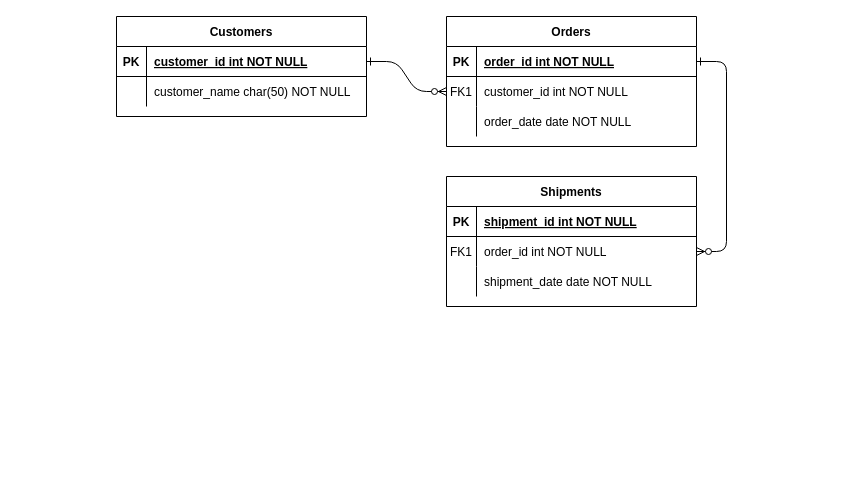
Earlier version of the draw.io diagram Tema8-ModeloVistaControlador/Diagrama sin título.drawio (IvanSoriano19/DWES). Source tidied: cells renumbered, new cells numbered last; positions are measured from the earlier drawing's top-left corner, leaving out a move shared by most shapes. Both pictures are drawn from the tidied source at 100%, with x=0, y=0 at pixel (116, 16).
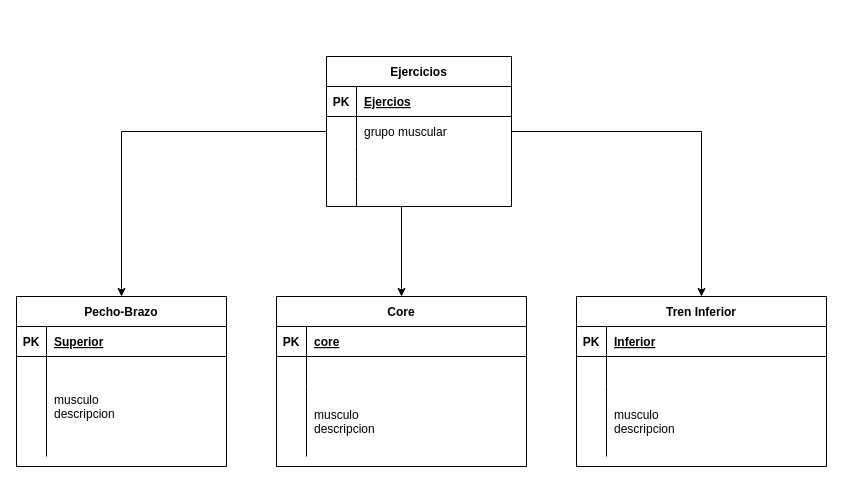
The same diagram, later.

Unchanged cells that the change refers to:
```xml
<mxCell id="5" style="shape=partialRectangle;fillColor=none;points=[[0,0.5],[1,0.5]];portConstraint=eastwest;top=0;left=0;right=0;bottom=1;" parent="4" vertex="1">
  <mxGeometry y="30" width="250" height="30" as="geometry" />
</mxCell>
<mxCell id="8" style="shape=partialRectangle;fillColor=none;points=[[0,0.5],[1,0.5]];portConstraint=eastwest;top=0;left=0;right=0;bottom=0;" parent="4" vertex="1">
  <mxGeometry y="60" width="250" height="30" as="geometry" />
</mxCell>
<mxCell id="15" style="shape=partialRectangle;fillColor=none;top=0;left=0;right=0;bottom=1;" parent="14" vertex="1">
  <mxGeometry y="30" width="250" height="30" as="geometry" />
</mxCell>
<mxCell id="18" style="shape=partialRectangle;fillColor=none;points=[[0,0.5],[1,0.5]];portConstraint=eastwest;top=0;left=0;right=0;bottom=0;" parent="14" vertex="1">
  <mxGeometry y="60" width="250" height="30" as="geometry" />
</mxCell>
```

Change to the diagram source:
```diff
@@
-    <mxCell id="2" style="edgeStyle=entityRelationEdgeStyle;endArrow=ERzeroToMany;startArrow=ERone;endFill=1;startFill=0;" parent="1" edge="1" source="25" target="8">
-      <mxGeometry relative="1" as="geometry" />
-    </mxCell>
-    <mxCell id="3" style="edgeStyle=entityRelationEdgeStyle;endArrow=ERzeroToMany;startArrow=ERone;endFill=1;startFill=0;" parent="1" edge="1" source="5" target="18">
-      <mxGeometry relative="1" as="geometry" />
-    </mxCell>
-    <mxCell id="4" value="Orders" style="shape=table;startSize=30;childLayout=tableLayout;rowLines=0;fontStyle=1;align=center;" parent="1" vertex="1">
-      <mxGeometry x="330" width="250" height="130" as="geometry" />
+    <mxCell id="4" value="Core" style="shape=table;startSize=30;childLayout=tableLayout;rowLines=0;fontStyle=1;align=center;" parent="1" vertex="1">
+      <mxGeometry x="160" y="280" width="250" height="170" as="geometry" />
     </mxCell>
@@
-    <mxCell id="7" value="order_id int NOT NULL " style="shape=partialRectangle;overflow=hidden;fillColor=none;top=0;left=0;bottom=0;right=0;align=left;spacingLeft=6;fontStyle=5;" parent="5" vertex="1">
+    <mxCell id="7" value="core" style="shape=partialRectangle;overflow=hidden;fillColor=none;top=0;left=0;bottom=0;right=0;align=left;spacingLeft=6;fontStyle=5;" parent="5" vertex="1">
       <mxGeometry x="30" width="220" height="30" as="geometry" />
     </mxCell>
@@
-    <mxCell id="9" value="FK1" style="shape=partialRectangle;overflow=hidden;fillColor=none;top=0;left=0;bottom=0;right=0;" parent="8" vertex="1">
+    <mxCell id="9" style="shape=partialRectangle;overflow=hidden;fillColor=none;top=0;left=0;bottom=0;right=0;" parent="8" vertex="1">
       <mxGeometry width="30" height="30" as="geometry" />
     </mxCell>
-    <mxCell id="10" value="customer_id int NOT NULL" style="shape=partialRectangle;overflow=hidden;fillColor=none;top=0;left=0;bottom=0;right=0;align=left;spacingLeft=6;" parent="8" vertex="1">
+    <mxCell id="10" style="shape=partialRectangle;overflow=hidden;fillColor=none;top=0;left=0;bottom=0;right=0;align=left;spacingLeft=6;" parent="8" vertex="1">
       <mxGeometry x="30" width="220" height="30" as="geometry" />
     </mxCell>
     <mxCell id="11" style="shape=partialRectangle;fillColor=none;top=0;left=0;right=0;bottom=0;" parent="4" vertex="1">
-      <mxGeometry y="90" width="250" height="30" as="geometry" />
+      <mxGeometry y="90" width="250" height="70" as="geometry" />
     </mxCell>
     <mxCell id="12" style="shape=partialRectangle;overflow=hidden;fillColor=none;top=0;left=0;bottom=0;right=0;" parent="11" vertex="1">
-      <mxGeometry width="30" height="30" as="geometry" />
+      <mxGeometry width="30" height="70" as="geometry" />
     </mxCell>
-    <mxCell id="13" value="order_date date NOT NULL" style="shape=partialRectangle;overflow=hidden;fillColor=none;top=0;left=0;bottom=0;right=0;align=left;spacingLeft=6;" parent="11" vertex="1">
-      <mxGeometry x="30" width="220" height="30" as="geometry" />
+    <mxCell id="13" value="musculo&#10;descripcion" style="shape=partialRectangle;overflow=hidden;fillColor=none;top=0;left=0;bottom=0;right=0;align=left;spacingLeft=6;" parent="11" vertex="1">
+      <mxGeometry x="30" width="220" height="70" as="geometry" />
     </mxCell>
-    <mxCell id="14" value="Shipments" style="shape=table;startSize=30;childLayout=tableLayout;rowLines=0;fontStyle=1;align=center;" parent="1" vertex="1">
-      <mxGeometry x="330" y="160" width="250" height="130" as="geometry" />
+    <mxCell id="14" value="Tren Inferior" style="shape=table;startSize=30;childLayout=tableLayout;rowLines=0;fontStyle=1;align=center;" parent="1" vertex="1">
+      <mxGeometry x="460" y="280" width="250" height="170" as="geometry" />
     </mxCell>
@@
-    <mxCell id="17" value="shipment_id int NOT NULL " style="shape=partialRectangle;overflow=hidden;fillColor=none;top=0;left=0;bottom=0;right=0;align=left;spacingLeft=6;fontStyle=5;" parent="15" vertex="1">
+    <mxCell id="17" value="Inferior" style="shape=partialRectangle;overflow=hidden;fillColor=none;top=0;left=0;bottom=0;right=0;align=left;spacingLeft=6;fontStyle=5;" parent="15" vertex="1">
       <mxGeometry x="30" width="220" height="30" as="geometry" />
     </mxCell>
@@
-    <mxCell id="19" value="FK1" style="shape=partialRectangle;overflow=hidden;fillColor=none;top=0;left=0;bottom=0;right=0;" parent="18" vertex="1">
+    <mxCell id="19" style="shape=partialRectangle;overflow=hidden;fillColor=none;top=0;left=0;bottom=0;right=0;" parent="18" vertex="1">
       <mxGeometry width="30" height="30" as="geometry" />
     </mxCell>
-    <mxCell id="20" value="order_id int NOT NULL" style="shape=partialRectangle;overflow=hidden;fillColor=none;top=0;left=0;bottom=0;right=0;align=left;spacingLeft=6;" parent="18" vertex="1">
+    <mxCell id="20" style="shape=partialRectangle;overflow=hidden;fillColor=none;top=0;left=0;bottom=0;right=0;align=left;spacingLeft=6;" parent="18" vertex="1">
       <mxGeometry x="30" width="220" height="30" as="geometry" />
     </mxCell>
     <mxCell id="21" style="shape=partialRectangle;fillColor=none;top=0;left=0;right=0;bottom=0;" parent="14" vertex="1">
-      <mxGeometry y="90" width="250" height="30" as="geometry" />
+      <mxGeometry y="90" width="250" height="70" as="geometry" />
     </mxCell>
     <mxCell id="22" style="shape=partialRectangle;overflow=hidden;fillColor=none;top=0;left=0;bottom=0;right=0;" parent="21" vertex="1">
-      <mxGeometry width="30" height="30" as="geometry" />
+      <mxGeometry width="30" height="70" as="geometry" />
     </mxCell>
-    <mxCell id="23" value="shipment_date date NOT NULL" style="shape=partialRectangle;overflow=hidden;fillColor=none;top=0;left=0;bottom=0;right=0;align=left;spacingLeft=6;" parent="21" vertex="1">
-      <mxGeometry x="30" width="220" height="30" as="geometry" />
+    <mxCell id="23" value="musculo&#10;descripcion" style="shape=partialRectangle;overflow=hidden;fillColor=none;top=0;left=0;bottom=0;right=0;align=left;spacingLeft=6;" parent="21" vertex="1">
+      <mxGeometry x="30" width="220" height="70" as="geometry" />
     </mxCell>
-    <mxCell id="24" value="Customers" style="shape=table;startSize=30;childLayout=tableLayout;rowLines=0;fontStyle=1;align=center;" parent="1" vertex="1">
-      <mxGeometry width="250" height="100" as="geometry" />
+    <mxCell id="24" value="Pecho-Brazo" style="shape=table;startSize=30;childLayout=tableLayout;rowLines=0;fontStyle=1;align=center;" parent="1" vertex="1">
+      <mxGeometry x="-100" y="280" width="210" height="170" as="geometry" />
     </mxCell>
     <mxCell id="25" style="shape=partialRectangle;fillColor=none;points=[[0,0.5],[1,0.5]];portConstraint=eastwest;top=0;left=0;right=0;bottom=1;" parent="24" vertex="1">
-      <mxGeometry y="30" width="250" height="30" as="geometry" />
+      <mxGeometry y="30" width="210" height="30" as="geometry" />
     </mxCell>
@@
-    <mxCell id="27" value="customer_id int NOT NULL " style="shape=partialRectangle;overflow=hidden;fillColor=none;top=0;left=0;bottom=0;right=0;align=left;spacingLeft=6;fontStyle=5;" parent="25" vertex="1">
-      <mxGeometry x="30" width="220" height="30" as="geometry" />
+    <mxCell id="27" value="Superior" style="shape=partialRectangle;overflow=hidden;fillColor=none;top=0;left=0;bottom=0;right=0;align=left;spacingLeft=6;fontStyle=5;" parent="25" vertex="1">
+      <mxGeometry x="30" width="180" height="30" as="geometry" />
     </mxCell>
     <mxCell id="28" style="shape=partialRectangle;fillColor=none;top=0;left=0;right=0;bottom=0;" parent="24" vertex="1">
-      <mxGeometry y="60" width="250" height="30" as="geometry" />
+      <mxGeometry y="60" width="210" height="100" as="geometry" />
     </mxCell>
     <mxCell id="29" style="shape=partialRectangle;overflow=hidden;fillColor=none;top=0;left=0;bottom=0;right=0;" parent="28" vertex="1">
-      <mxGeometry width="30" height="30" as="geometry" />
+      <mxGeometry width="30" height="100" as="geometry" />
     </mxCell>
-    <mxCell id="30" value="customer_name char(50) NOT NULL" style="shape=partialRectangle;overflow=hidden;fillColor=none;top=0;left=0;bottom=0;right=0;align=left;spacingLeft=6;" parent="28" vertex="1">
-      <mxGeometry x="30" width="220" height="30" as="geometry" />
+    <mxCell id="30" value="musculo&#10;descripcion" style="shape=partialRectangle;overflow=hidden;fillColor=none;top=0;left=0;bottom=0;right=0;align=left;spacingLeft=6;" parent="28" vertex="1">
+      <mxGeometry x="30" width="180" height="100" as="geometry" />
     </mxCell>
+    <mxCell id="31" style="edgeStyle=orthogonalEdgeStyle;rounded=0;jettySize=auto;html=1;entryX=0.5;entryY=0;entryDx=0;entryDy=0;" parent="1" edge="1" source="32" target="24">
+      <mxGeometry relative="1" as="geometry" />
+    </mxCell>
+    <mxCell id="32" value="Ejercicios" style="shape=table;startSize=30;childLayout=tableLayout;rowLines=0;fontStyle=1;align=center;" parent="1" vertex="1">
+      <mxGeometry x="210" y="40" width="185" height="150" as="geometry" />
+    </mxCell>
+    <mxCell id="33" style="shape=tableRow;horizontal=0;startSize=0;swimlaneHead=0;swimlaneBody=0;fillColor=none;top=0;left=0;right=0;bottom=1;" parent="32" vertex="1">
+      <mxGeometry y="30" width="185" height="30" as="geometry" />
+    </mxCell>
+    <mxCell id="34" value="PK" style="shape=partialRectangle;fillColor=none;top=0;left=0;bottom=0;right=0;fontStyle=1;overflow=hidden;" parent="33" vertex="1">
+      <mxGeometry width="30" height="30" as="geometry" />
+    </mxCell>
+    <mxCell id="35" value="Ejercios" style="shape=partialRectangle;fillColor=none;top=0;left=0;bottom=0;right=0;align=left;spacingLeft=6;fontStyle=5;overflow=hidden;" parent="33" vertex="1">
+      <mxGeometry x="30" width="155" height="30" as="geometry" />
+    </mxCell>
+    <mxCell id="36" style="shape=tableRow;horizontal=0;startSize=0;swimlaneHead=0;swimlaneBody=0;fillColor=none;points=[[0,0.5],[1,0.5]];portConstraint=eastwest;top=0;left=0;right=0;bottom=0;" parent="32" vertex="1">
+      <mxGeometry y="60" width="185" height="30" as="geometry" />
+    </mxCell>
+    <mxCell id="37" style="shape=partialRectangle;fillColor=none;top=0;left=0;bottom=0;right=0;overflow=hidden;" parent="36" vertex="1">
+      <mxGeometry width="30" height="30" as="geometry" />
+    </mxCell>
+    <mxCell id="38" value="grupo muscular" style="shape=partialRectangle;fillColor=none;top=0;left=0;bottom=0;right=0;align=left;spacingLeft=6;overflow=hidden;" parent="36" vertex="1">
+      <mxGeometry x="30" width="155" height="30" as="geometry" />
+    </mxCell>
+    <mxCell id="39" style="shape=tableRow;horizontal=0;startSize=0;swimlaneHead=0;swimlaneBody=0;fillColor=none;top=0;left=0;right=0;bottom=0;" parent="32" vertex="1">
+      <mxGeometry y="90" width="185" height="30" as="geometry" />
+    </mxCell>
+    <mxCell id="40" style="shape=partialRectangle;fillColor=none;top=0;left=0;bottom=0;right=0;overflow=hidden;" parent="39" vertex="1">
+      <mxGeometry width="30" height="30" as="geometry" />
+    </mxCell>
+    <mxCell id="41" style="shape=partialRectangle;fillColor=none;top=0;left=0;bottom=0;right=0;align=left;spacingLeft=6;overflow=hidden;" parent="39" vertex="1">
+      <mxGeometry x="30" width="155" height="30" as="geometry" />
+    </mxCell>
+    <mxCell id="42" style="shape=tableRow;horizontal=0;startSize=0;swimlaneHead=0;swimlaneBody=0;fillColor=none;top=0;left=0;right=0;bottom=0;" parent="32" vertex="1">
+      <mxGeometry y="120" width="185" height="30" as="geometry" />
+    </mxCell>
+    <mxCell id="43" style="shape=partialRectangle;fillColor=none;top=0;left=0;bottom=0;right=0;overflow=hidden;" parent="42" vertex="1">
+      <mxGeometry width="30" height="30" as="geometry" />
+    </mxCell>
+    <mxCell id="44" style="shape=partialRectangle;fillColor=none;top=0;left=0;bottom=0;right=0;align=left;spacingLeft=6;overflow=hidden;" parent="42" vertex="1">
+      <mxGeometry x="30" width="155" height="30" as="geometry" />
+    </mxCell>
+    <mxCell id="45" style="edgeStyle=orthogonalEdgeStyle;rounded=0;jettySize=auto;html=1;entryX=0.5;entryY=0;entryDx=0;entryDy=0;" parent="1" edge="1" source="36" target="14">
+      <mxGeometry relative="1" as="geometry" />
+    </mxCell>
+    <mxCell id="46" style="rounded=0;jettySize=auto;html=1;entryX=0.5;entryY=0;entryDx=0;entryDy=0;" parent="1" edge="1" target="4">
+      <mxGeometry relative="1" as="geometry">
+        <mxPoint x="285" y="190" as="sourcePoint" />
+      </mxGeometry>
+    </mxCell>
```
